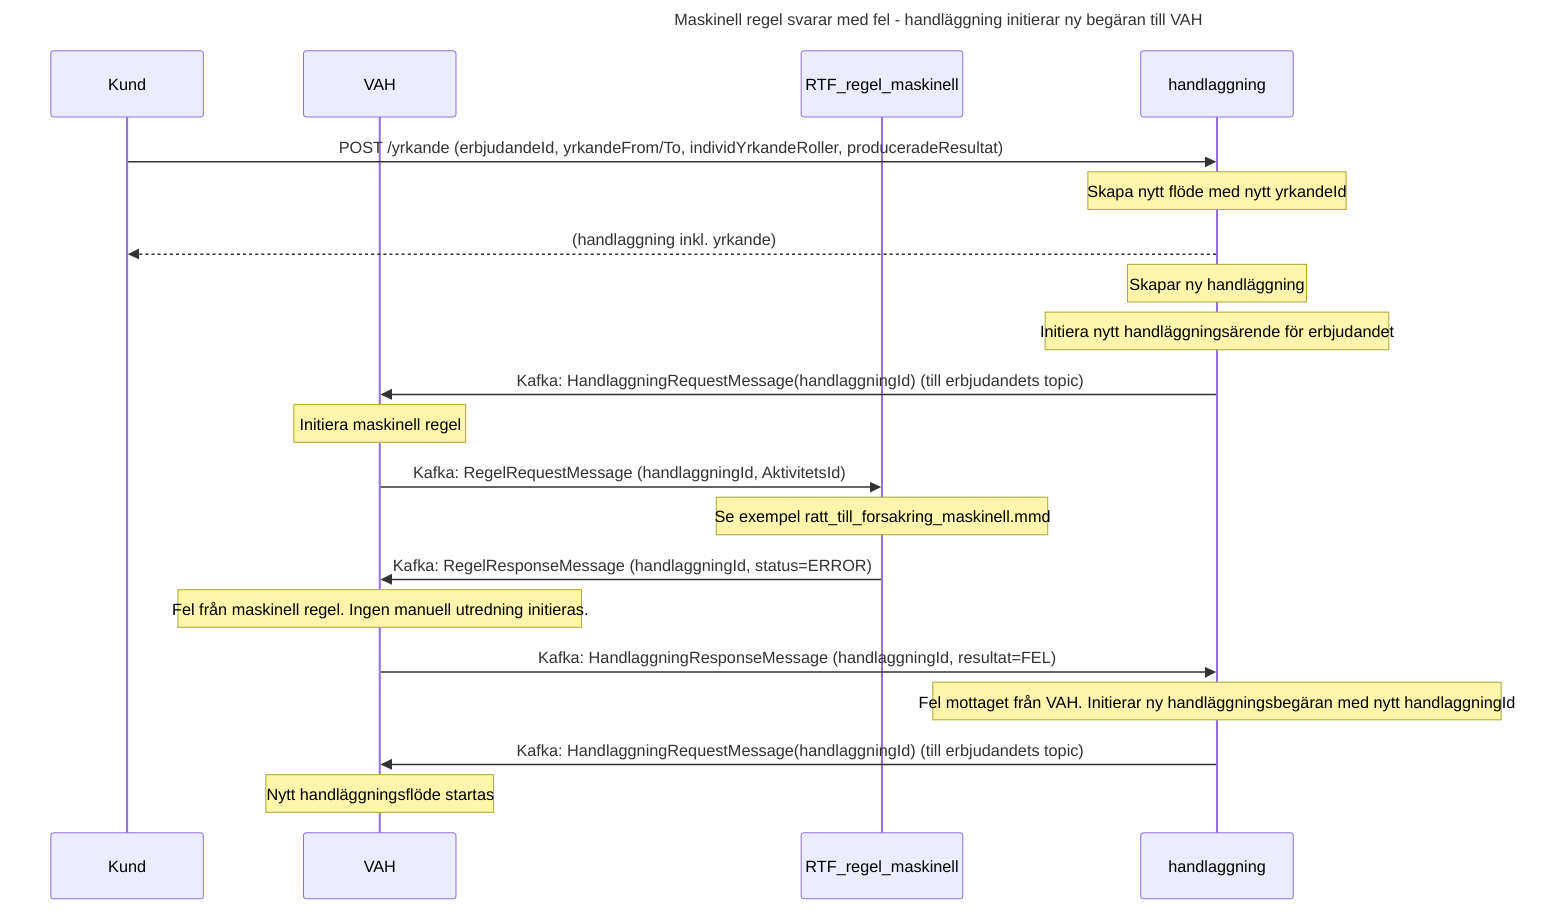
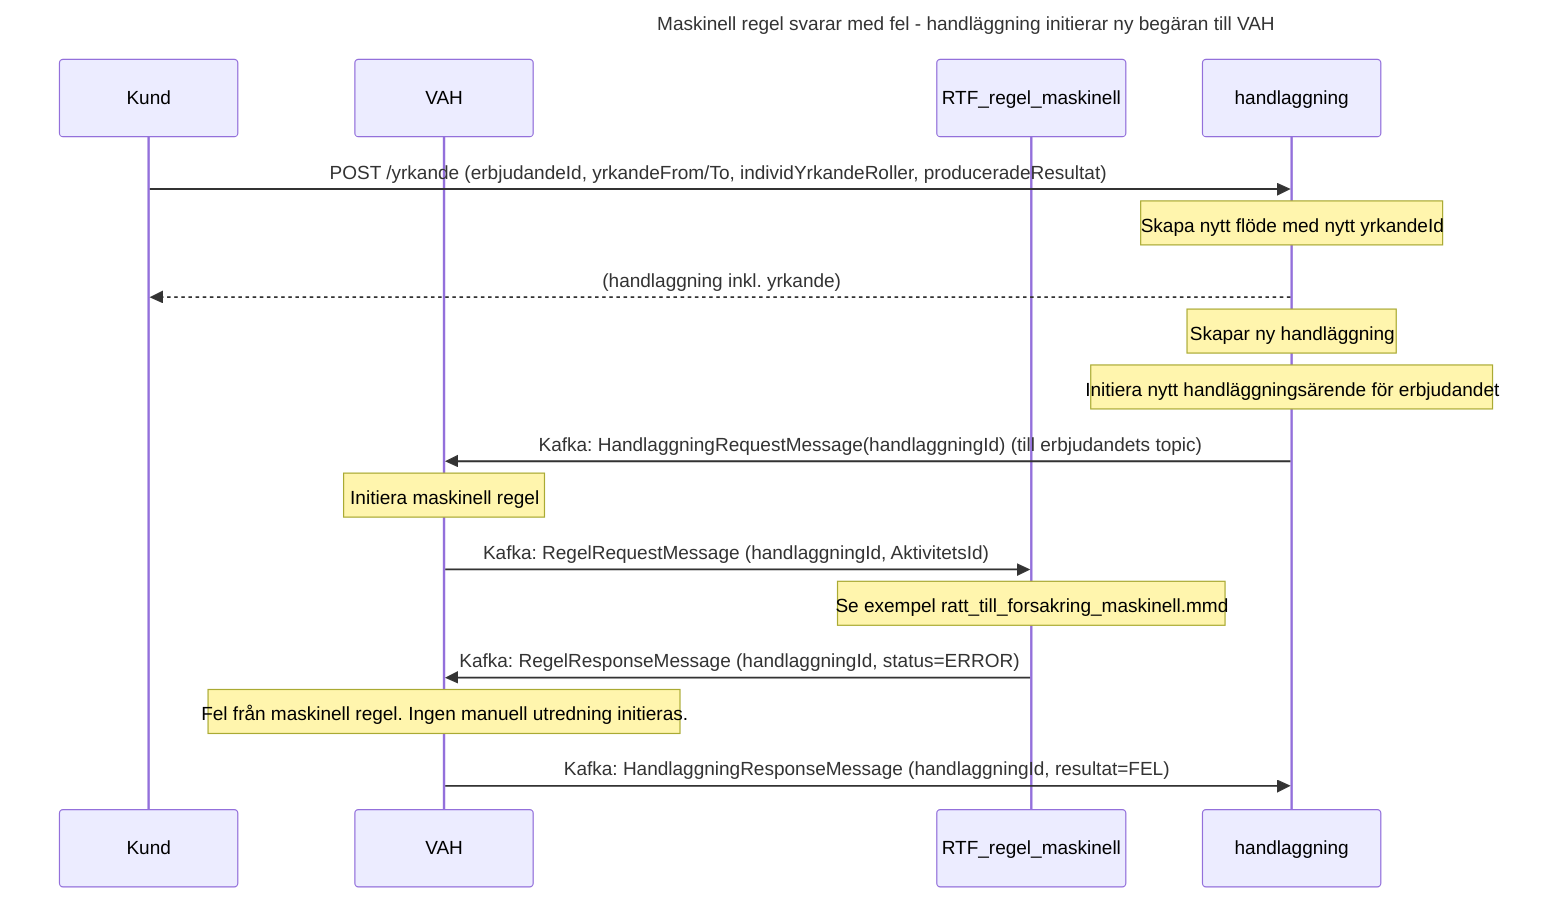
sequenceDiagram
    title Maskinell regel svarar med fel - handläggning initierar ny begäran till VAH
    participant Kund
    participant VAH
    participant RTF_regel_maskinell
    participant handlaggning

    Kund ->> handlaggning: POST /yrkande (erbjudandeId, yrkandeFrom/To, individYrkandeRoller, produceradeResultat)
    note over handlaggning: Skapa nytt flöde med nytt yrkandeId
    handlaggning -->> Kund: (handlaggning inkl. yrkande)
    note over handlaggning: Skapar ny handläggning

    note over handlaggning: Initiera nytt handläggningsärende för erbjudandet
    handlaggning ->> VAH: Kafka: HandlaggningRequestMessage(handlaggningId) (till erbjudandets topic)

    note over VAH: Initiera maskinell regel

    VAH ->> RTF_regel_maskinell: Kafka: RegelRequestMessage (handlaggningId, AktivitetsId)

    note over RTF_regel_maskinell: Se exempel ratt_till_forsakring_maskinell.mmd

    RTF_regel_maskinell ->> VAH: Kafka: RegelResponseMessage (handlaggningId, status=ERROR)
    note over VAH: Fel från maskinell regel. Ingen manuell utredning initieras.

    VAH ->> handlaggning: Kafka: HandlaggningResponseMessage (handlaggningId, resultat=FEL)
- 
-     note over handlaggning: Fel mottaget från VAH. Initierar ny handläggningsbegäran med nytt handlaggningId
-     handlaggning ->> VAH: Kafka: HandlaggningRequestMessage(handlaggningId) (till erbjudandets topic)
-     note over VAH: Nytt handläggningsflöde startas
